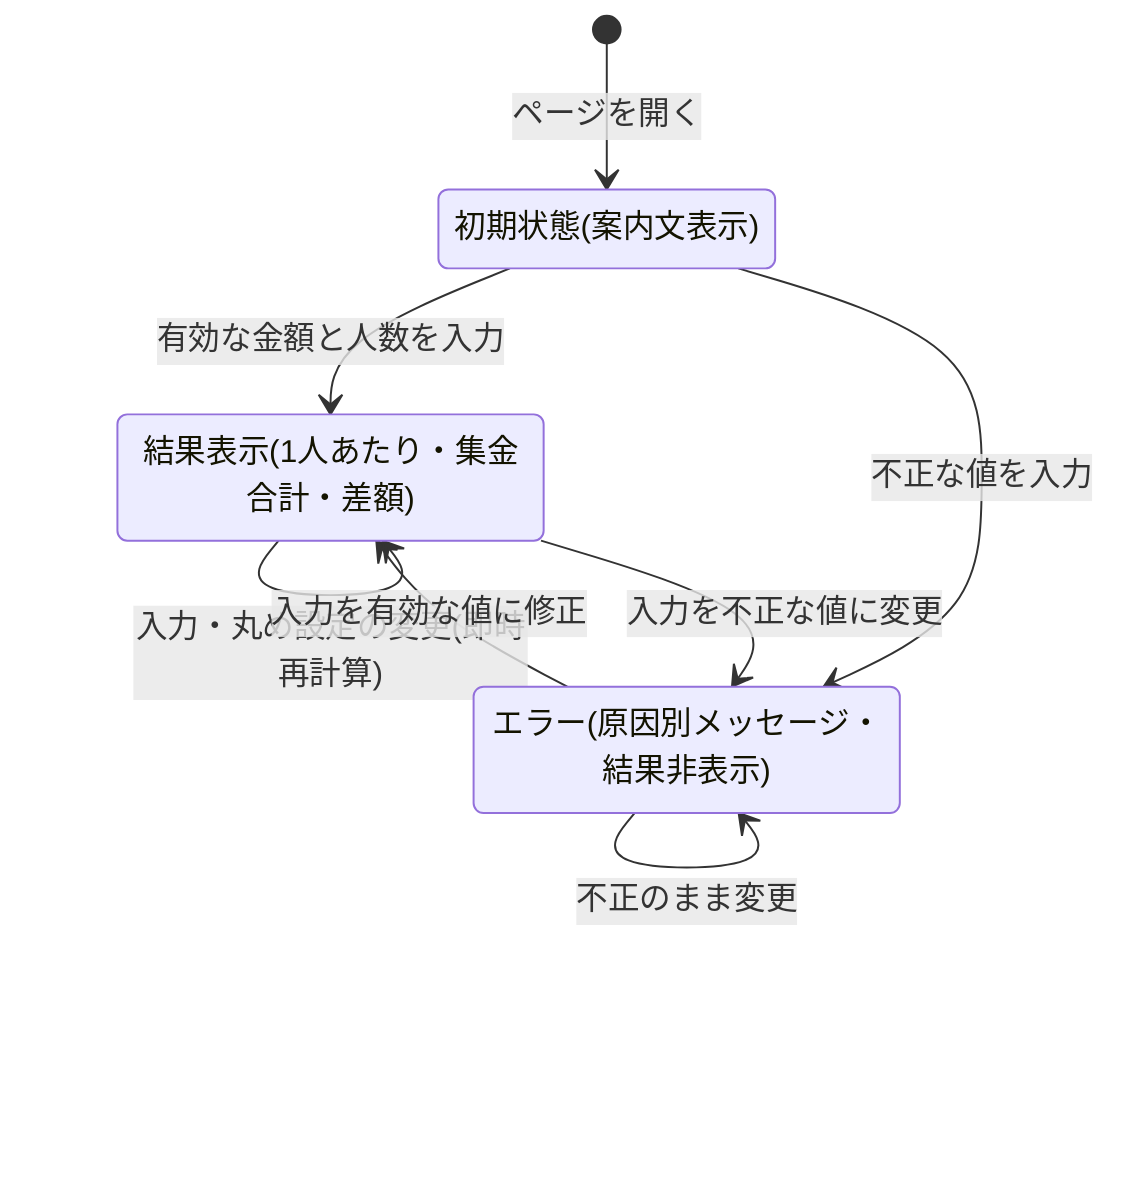
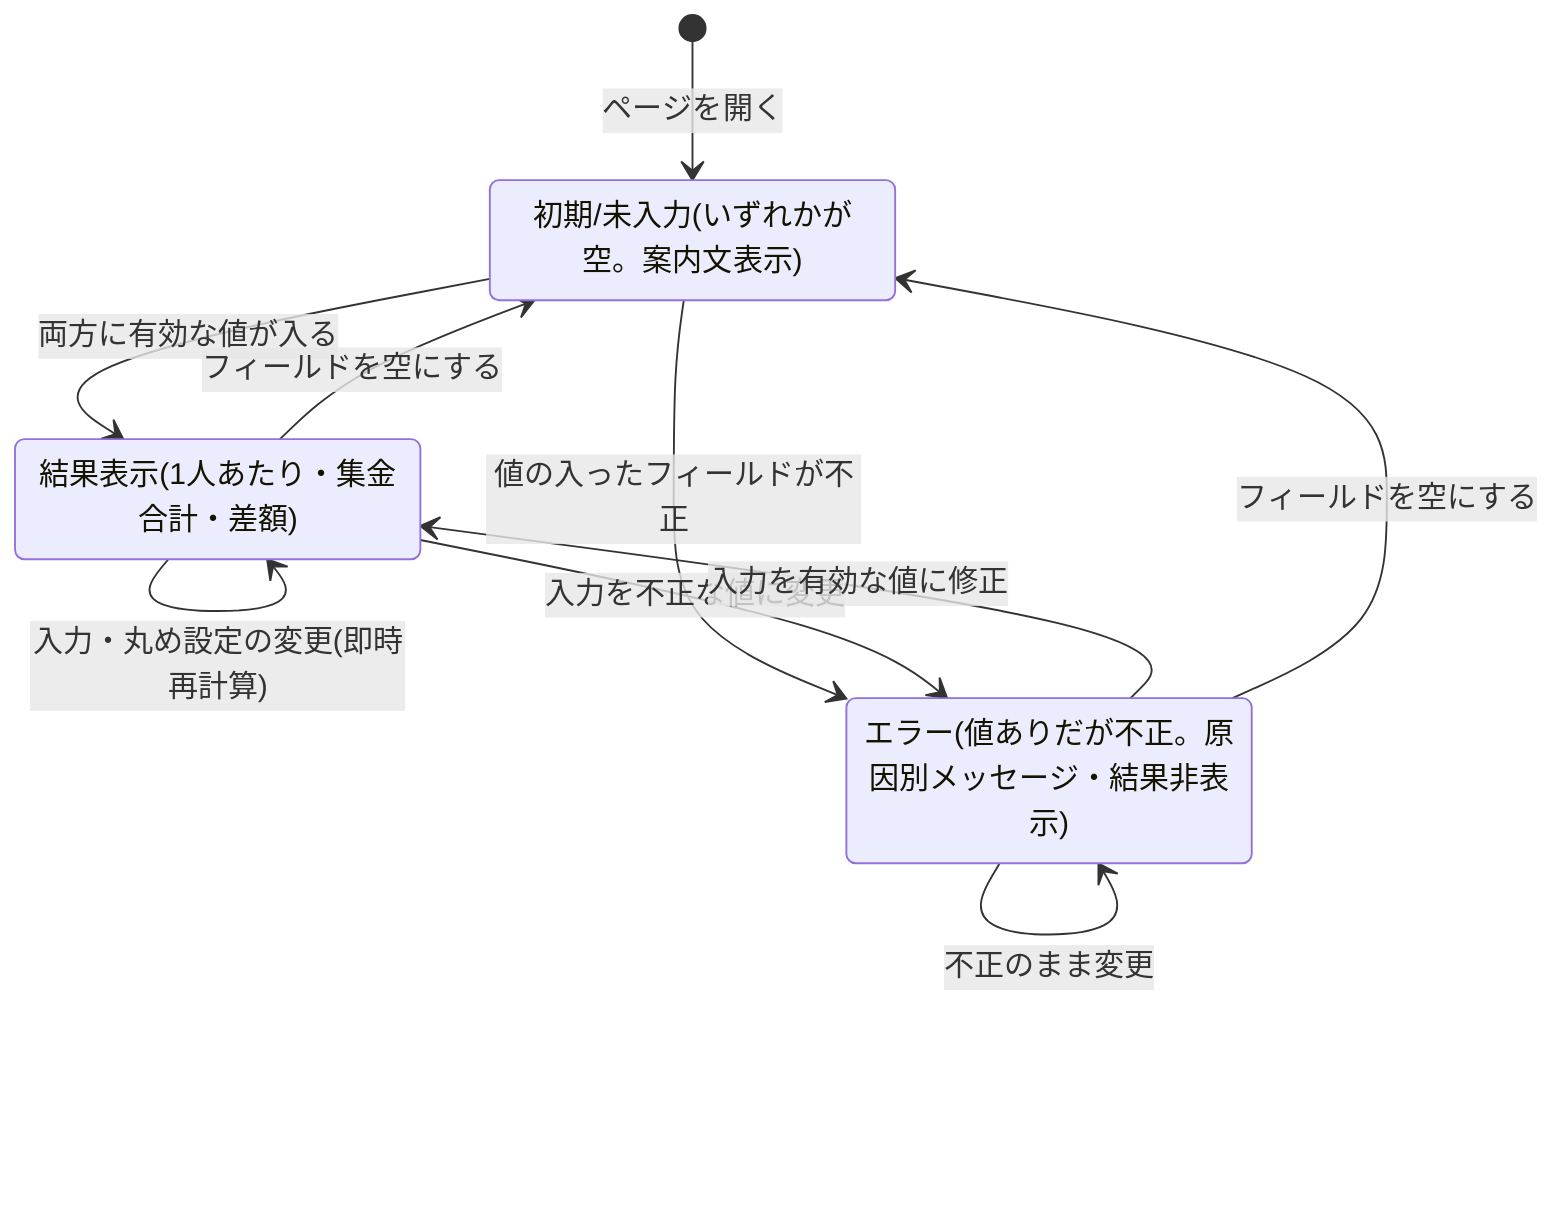
stateDiagram-v2
-     [*] --> 初期状態: ページを開く
-     初期状態: 初期状態(案内文表示)
+     [*] --> 初期未入力: ページを開く
+     初期未入力: 初期/未入力(いずれかが空。案内文表示)
    結果表示: 結果表示(1人あたり・集金合計・差額)
-     エラー: エラー(原因別メッセージ・結果非表示)
+     エラー: エラー(値ありだが不正。原因別メッセージ・結果非表示)

-     初期状態 --> 結果表示: 有効な金額と人数を入力
-     初期状態 --> エラー: 不正な値を入力
+     初期未入力 --> 結果表示: 両方に有効な値が入る
+     初期未入力 --> エラー: 値の入ったフィールドが不正
    結果表示 --> 結果表示: 入力・丸め設定の変更(即時再計算)
    結果表示 --> エラー: 入力を不正な値に変更
+     結果表示 --> 初期未入力: フィールドを空にする
    エラー --> 結果表示: 入力を有効な値に修正
+     エラー --> 初期未入力: フィールドを空にする
    エラー --> エラー: 不正のまま変更
